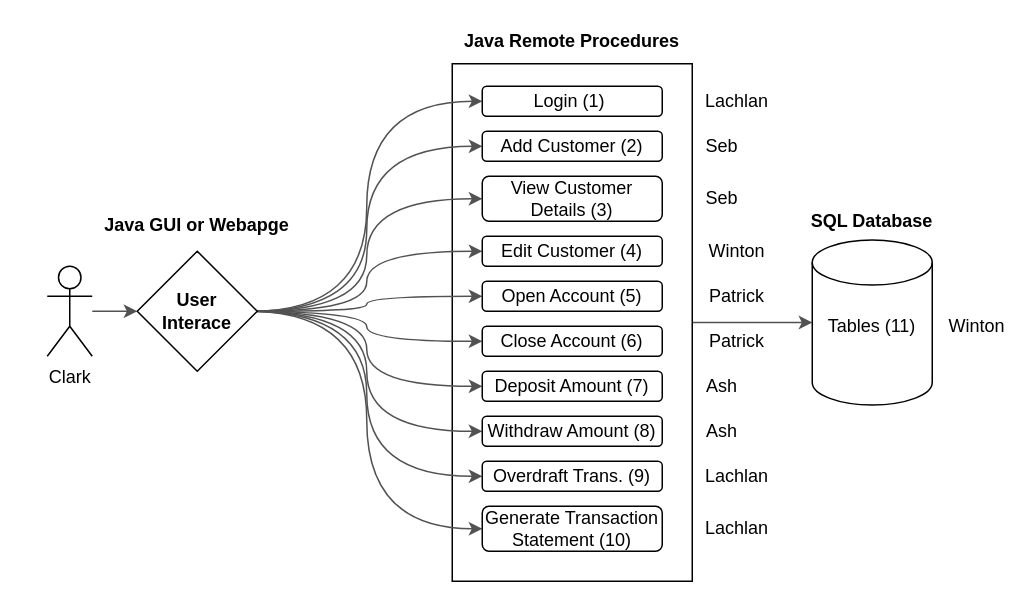
The draw.io diagram System Design.drawio in lolcats111/JDBC-Project-Group-B, before the edit. Source tidied: cells renumbered, new cells numbered last; positions are measured from the earlier drawing's top-left corner, leaving out a move shared by most shapes. Both pictures are drawn from the tidied source at 150%, with x=0, y=0 at pixel (46, 26).
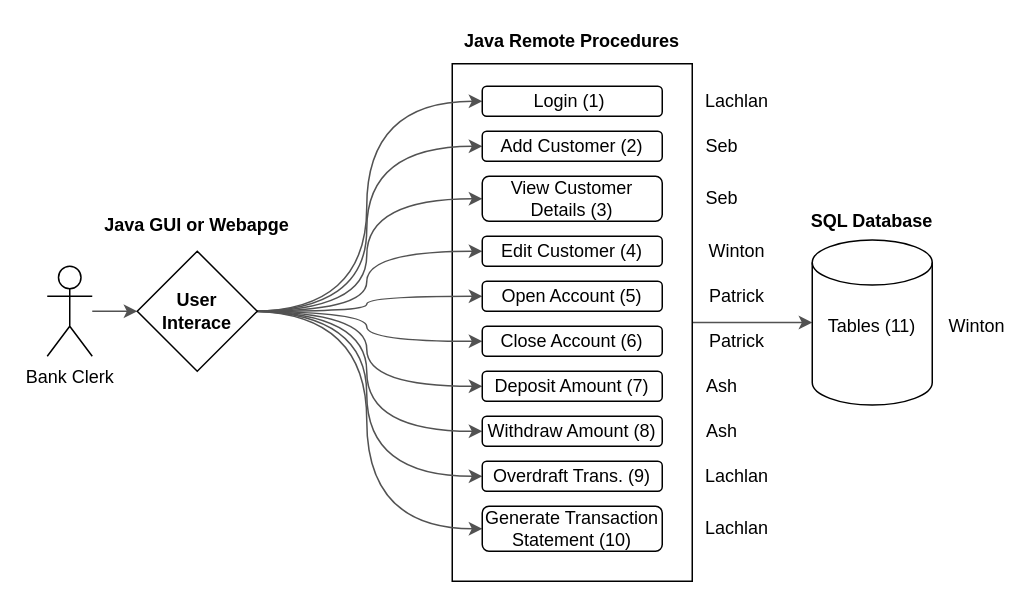
The same page after the edit.

The edit, as a diff of the source:
```diff
@@
-    <mxCell id="40" value="Clark" style="shape=umlActor;verticalLabelPosition=bottom;verticalAlign=top;html=1;outlineConnect=0;" parent="1" vertex="1">
+    <mxCell id="40" value="Bank Clerk" style="shape=umlActor;verticalLabelPosition=bottom;verticalAlign=top;html=1;outlineConnect=0;" parent="1" vertex="1">
       <mxGeometry y="160" width="30" height="60" as="geometry" />
     </mxCell>
```
